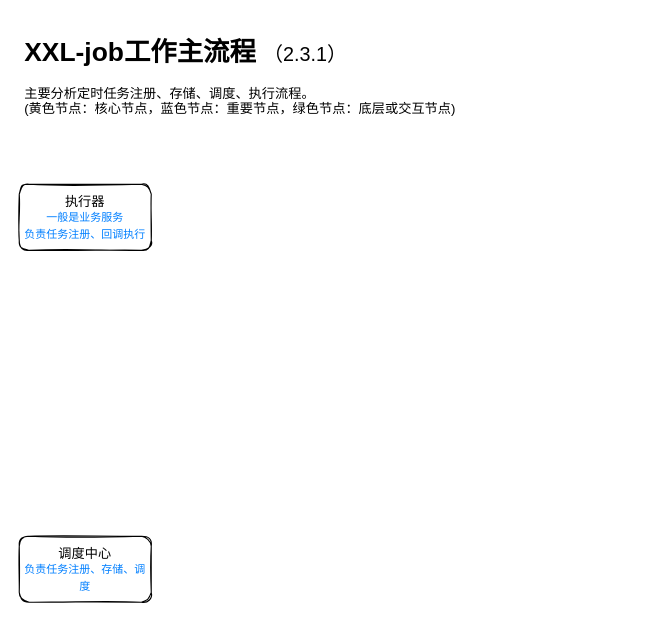
The draw.io diagram page "xxl-job主流程" (1 of 3) of graph/xxl-job-workflow.drawio in kwseeker/xxl-job-analysis, before the edit. Source tidied: cells renumbered, new cells numbered last; positions are measured from the earlier drawing's top-left corner, leaving out a move shared by most shapes. Both pictures are drawn from the tidied source at 110%, with x=0, y=0 at pixel (19, 30).
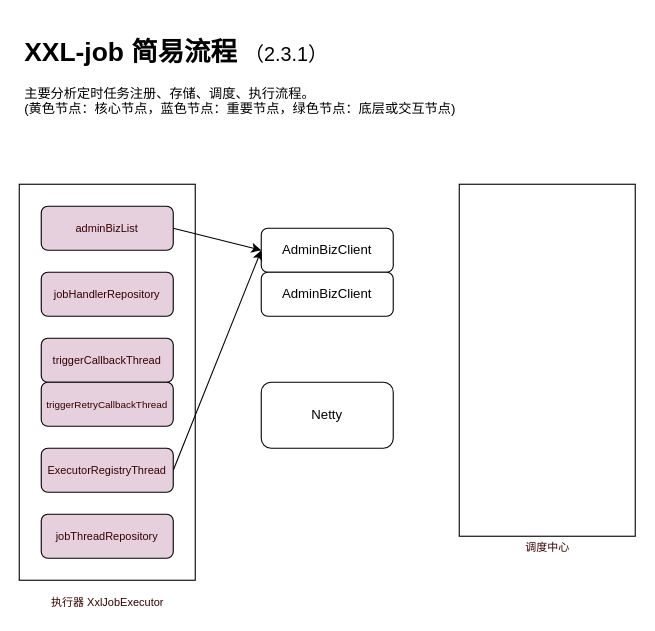
The same page after the edit.

What changed in the source:
```diff
@@
 <mxGraphModel>
   <root>
     <mxCell id="0" />
     <mxCell id="1" parent="0" />
-    <mxCell id="2" value="&lt;h1&gt;XXL-job工作主流程&amp;nbsp;&lt;span style=&quot;font-weight: normal&quot;&gt;&lt;font style=&quot;font-size: 18px&quot;&gt;（2.3.1）&lt;/font&gt;&lt;/span&gt;&lt;/h1&gt;&lt;div&gt;&lt;/div&gt;主要分析定时任务注册、存储、调度、执行流程。&lt;br&gt;(黄色节点：核心节点，蓝色节点：重要节点，绿色节点：底层或交互节点)&lt;br&gt;&lt;p&gt;&lt;/p&gt;" style="text;html=1;strokeColor=none;fillColor=none;spacing=5;spacingTop=-20;whiteSpace=wrap;overflow=hidden;rounded=0;" parent="1" vertex="1">
-      <mxGeometry width="560" height="120" as="geometry" />
+    <mxCell id="2" value="&lt;h1&gt;XXL-job 简易流程&amp;nbsp;&lt;span style=&quot;font-weight: normal&quot;&gt;&lt;font style=&quot;font-size: 18px&quot;&gt;（2.3.1）&lt;/font&gt;&lt;/span&gt;&lt;/h1&gt;&lt;div&gt;&lt;/div&gt;主要分析定时任务注册、存储、调度、执行流程。&lt;br&gt;(黄色节点：核心节点，蓝色节点：重要节点，绿色节点：底层或交互节点)&lt;br&gt;&lt;p&gt;&lt;/p&gt;" style="text;html=1;strokeColor=none;fillColor=none;spacing=5;spacingTop=-20;whiteSpace=wrap;overflow=hidden;rounded=0;" parent="1" vertex="1">
+      <mxGeometry width="560" height="100" as="geometry" />
     </mxCell>
-    <mxCell id="3" value="执行器&lt;br&gt;&lt;font style=&quot;font-size: 10px&quot;&gt;&lt;font color=&quot;#007fff&quot; style=&quot;font-size: 10px&quot;&gt;一般是业务服务&lt;/font&gt;&lt;br&gt;&lt;font color=&quot;#007fff&quot; style=&quot;font-size: 10px&quot;&gt;负责任务注册、回调执行&lt;/font&gt;&lt;/font&gt;" style="rounded=1;whiteSpace=wrap;html=1;sketch=1;" parent="1" vertex="1">
-      <mxGeometry y="140" width="120" height="60" as="geometry" />
+    <mxCell id="3" style="rounded=1;whiteSpace=wrap;html=1;sketch=0;align=center;arcSize=0;verticalAlign=bottom;" parent="1" vertex="1">
+      <mxGeometry y="140" width="160" height="360" as="geometry" />
     </mxCell>
-    <mxCell id="4" value="&lt;font&gt;调度中心&lt;br&gt;&lt;font color=&quot;#007fff&quot;&gt;&lt;span style=&quot;font-size: 10px&quot;&gt;负责任务注册、存储、调度&lt;/span&gt;&lt;/font&gt;&lt;/font&gt;" style="rounded=1;whiteSpace=wrap;html=1;sketch=1;" parent="1" vertex="1">
-      <mxGeometry y="460" width="120" height="60" as="geometry" />
+    <mxCell id="4" style="rounded=1;whiteSpace=wrap;html=1;sketch=0;arcSize=0;" parent="1" vertex="1">
+      <mxGeometry x="400" y="140" width="160" height="320" as="geometry" />
     </mxCell>
+    <mxCell id="5" value="AdminBizClient" style="rounded=1;whiteSpace=wrap;html=1;sketch=0;" parent="1" vertex="1">
+      <mxGeometry x="220" y="180" width="120" height="40" as="geometry" />
+    </mxCell>
+    <mxCell id="6" value="Netty" style="rounded=1;whiteSpace=wrap;html=1;sketch=0;" parent="1" vertex="1">
+      <mxGeometry x="220" y="320" width="120" height="60" as="geometry" />
+    </mxCell>
+    <mxCell id="7" value="&lt;div style=&quot;font-size: 10px&quot;&gt;&lt;font style=&quot;font-size: 10px&quot; color=&quot;#330000&quot;&gt;执行器 XxlJobExecutor&lt;br&gt;&lt;/font&gt;&lt;/div&gt;" style="text;html=1;align=center;verticalAlign=middle;strokeColor=none;fillColor=none;fontSize=14;fontColor=#007FFF;" parent="1" vertex="1">
+      <mxGeometry x="20" y="510" width="120" height="20" as="geometry" />
+    </mxCell>
+    <mxCell id="8" style="rounded=0;sketch=0;jettySize=auto;html=1;exitX=1;exitY=0.5;exitDx=0;exitDy=0;entryX=0;entryY=0.5;entryDx=0;entryDy=0;fontSize=10;fontColor=#330000;strokeWidth=1;elbow=vertical;" parent="1" edge="1" source="9" target="5">
+      <mxGeometry relative="1" as="geometry" />
+    </mxCell>
+    <mxCell id="9" value="&lt;font color=&quot;#330000&quot;&gt;adminBizList&lt;/font&gt;" style="rounded=1;whiteSpace=wrap;html=1;sketch=0;fontSize=10;fontColor=#007FFF;fillColor=#E6D0DE;" parent="1" vertex="1">
+      <mxGeometry x="20" y="160" width="120" height="40" as="geometry" />
+    </mxCell>
+    <mxCell id="10" value="&lt;div style=&quot;font-size: 10px&quot;&gt;&lt;font style=&quot;font-size: 10px&quot; color=&quot;#330000&quot;&gt;&lt;div&gt;调度中心&lt;/div&gt;&lt;/font&gt;&lt;/div&gt;" style="text;html=1;align=center;verticalAlign=middle;strokeColor=none;fillColor=none;fontSize=14;fontColor=#007FFF;" parent="1" vertex="1">
+      <mxGeometry x="450" y="460" width="60" height="20" as="geometry" />
+    </mxCell>
+    <mxCell id="11" value="AdminBizClient" style="rounded=1;whiteSpace=wrap;html=1;sketch=0;" parent="1" vertex="1">
+      <mxGeometry x="220" y="220" width="120" height="40" as="geometry" />
+    </mxCell>
+    <mxCell id="12" value="&lt;font color=&quot;#330000&quot;&gt;jobHandlerRepository&lt;/font&gt;" style="rounded=1;whiteSpace=wrap;html=1;sketch=0;fontSize=10;fontColor=#007FFF;fillColor=#E6D0DE;" parent="1" vertex="1">
+      <mxGeometry x="20" y="220" width="120" height="40" as="geometry" />
+    </mxCell>
+    <mxCell id="13" value="&lt;font color=&quot;#330000&quot;&gt;jobThreadRepository&lt;/font&gt;" style="rounded=1;whiteSpace=wrap;html=1;sketch=0;fontSize=10;fontColor=#007FFF;fillColor=#E6D0DE;" parent="1" vertex="1">
+      <mxGeometry x="20" y="440" width="120" height="40" as="geometry" />
+    </mxCell>
+    <mxCell id="14" value="&lt;font color=&quot;#330000&quot;&gt;triggerCallbackThread&lt;/font&gt;" style="rounded=1;whiteSpace=wrap;html=1;sketch=0;fontSize=10;fontColor=#007FFF;fillColor=#E6D0DE;" parent="1" vertex="1">
+      <mxGeometry x="20" y="280" width="120" height="40" as="geometry" />
+    </mxCell>
+    <mxCell id="15" value="&lt;font color=&quot;#330000&quot; style=&quot;font-size: 9px&quot;&gt;triggerRetryCallbackThread&lt;/font&gt;" style="rounded=1;whiteSpace=wrap;html=1;sketch=0;fontSize=10;fontColor=#007FFF;fillColor=#E6D0DE;" parent="1" vertex="1">
+      <mxGeometry x="20" y="320" width="120" height="40" as="geometry" />
+    </mxCell>
+    <mxCell id="16" style="edgeStyle=none;rounded=0;sketch=0;jettySize=auto;html=1;exitX=1;exitY=0.5;exitDx=0;exitDy=0;entryX=0;entryY=0.5;entryDx=0;entryDy=0;fontSize=9;fontColor=#330000;strokeWidth=1;elbow=vertical;" parent="1" edge="1" source="17" target="5">
+      <mxGeometry relative="1" as="geometry" />
+    </mxCell>
+    <mxCell id="17" value="&lt;font color=&quot;#330000&quot;&gt;ExecutorRegistryThread&lt;/font&gt;" style="rounded=1;whiteSpace=wrap;html=1;sketch=0;fontSize=10;fontColor=#007FFF;fillColor=#E6D0DE;" parent="1" vertex="1">
+      <mxGeometry x="20" y="380" width="120" height="40" as="geometry" />
+    </mxCell>
   </root>
 </mxGraphModel>
```
